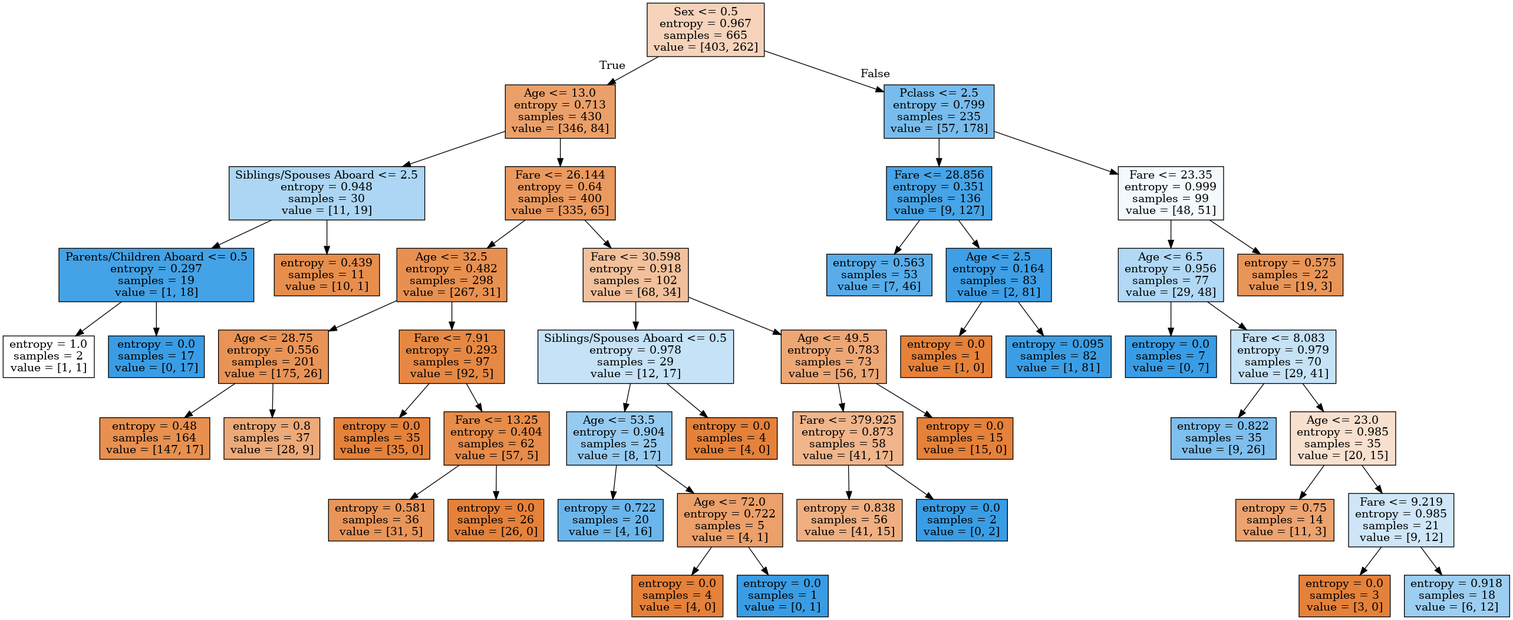
sugiyamath/self_kaggling keeps this Graphviz diagram as datanerd.hateblo.jp/2020/04/30/tree/model2.png. Above is the earlier version. Its source is kept beside it as datanerd.hateblo.jp/2020/04/30/tree/model2.dot.
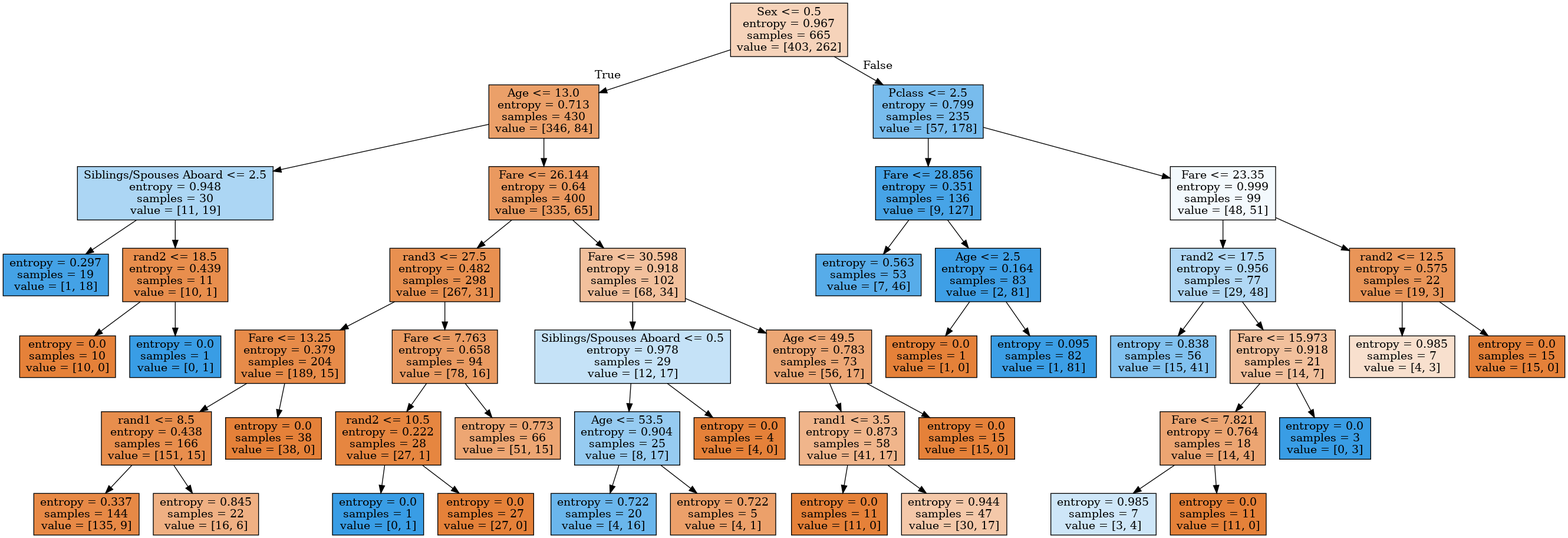
The same diagram one commit later.

Commit message:
add bad model

The edit, as a diff of the source:
```diff
@@ -5,92 +5,92 @@
 0 -> 1 [labeldistance=2.5, labelangle=45, headlabel="True"] ;
 5 [label="Siblings/Spouses Aboard <= 2.5\nentropy = 0.948\nsamples = 30\nvalue = [11, 19]", fillcolor="#acd6f4"] ;
 1 -> 5 ;
-9 [label="Parents/Children Aboard <= 0.5\nentropy = 0.297\nsamples = 19\nvalue = [1, 18]", fillcolor="#44a2e6"] ;
+9 [label="entropy = 0.297\nsamples = 19\nvalue = [1, 18]", fillcolor="#44a2e6"] ;
 5 -> 9 ;
-31 [label="entropy = 1.0\nsamples = 2\nvalue = [1, 1]", fillcolor="#ffffff"] ;
-9 -> 31 ;
-32 [label="entropy = 0.0\nsamples = 17\nvalue = [0, 17]", fillcolor="#399de5"] ;
-9 -> 32 ;
-10 [label="entropy = 0.439\nsamples = 11\nvalue = [10, 1]", fillcolor="#e88e4d"] ;
+10 [label="rand2 <= 18.5\nentropy = 0.439\nsamples = 11\nvalue = [10, 1]", fillcolor="#e88e4d"] ;
 5 -> 10 ;
+29 [label="entropy = 0.0\nsamples = 10\nvalue = [10, 0]", fillcolor="#e58139"] ;
+10 -> 29 ;
+30 [label="entropy = 0.0\nsamples = 1\nvalue = [0, 1]", fillcolor="#399de5"] ;
+10 -> 30 ;
 6 [label="Fare <= 26.144\nentropy = 0.64\nsamples = 400\nvalue = [335, 65]", fillcolor="#ea995f"] ;
 1 -> 6 ;
-7 [label="Age <= 32.5\nentropy = 0.482\nsamples = 298\nvalue = [267, 31]", fillcolor="#e89050"] ;
+7 [label="rand3 <= 27.5\nentropy = 0.482\nsamples = 298\nvalue = [267, 31]", fillcolor="#e89050"] ;
 6 -> 7 ;
-35 [label="Age <= 28.75\nentropy = 0.556\nsamples = 201\nvalue = [175, 26]", fillcolor="#e99456"] ;
-7 -> 35 ;
-45 [label="entropy = 0.48\nsamples = 164\nvalue = [147, 17]", fillcolor="#e89050"] ;
-35 -> 45 ;
-46 [label="entropy = 0.8\nsamples = 37\nvalue = [28, 9]", fillcolor="#edaa79"] ;
-35 -> 46 ;
-36 [label="Fare <= 7.91\nentropy = 0.293\nsamples = 97\nvalue = [92, 5]", fillcolor="#e68844"] ;
-7 -> 36 ;
-37 [label="entropy = 0.0\nsamples = 35\nvalue = [35, 0]", fillcolor="#e58139"] ;
-36 -> 37 ;
-38 [label="Fare <= 13.25\nentropy = 0.404\nsamples = 62\nvalue = [57, 5]", fillcolor="#e78c4a"] ;
-36 -> 38 ;
-39 [label="entropy = 0.581\nsamples = 36\nvalue = [31, 5]", fillcolor="#e99559"] ;
-38 -> 39 ;
-40 [label="entropy = 0.0\nsamples = 26\nvalue = [26, 0]", fillcolor="#e58139"] ;
-38 -> 40 ;
+37 [label="Fare <= 13.25\nentropy = 0.379\nsamples = 204\nvalue = [189, 15]", fillcolor="#e78b49"] ;
+7 -> 37 ;
+39 [label="rand1 <= 8.5\nentropy = 0.438\nsamples = 166\nvalue = [151, 15]", fillcolor="#e88e4d"] ;
+37 -> 39 ;
+41 [label="entropy = 0.337\nsamples = 144\nvalue = [135, 9]", fillcolor="#e78946"] ;
+39 -> 41 ;
+42 [label="entropy = 0.845\nsamples = 22\nvalue = [16, 6]", fillcolor="#efb083"] ;
+39 -> 42 ;
+40 [label="entropy = 0.0\nsamples = 38\nvalue = [38, 0]", fillcolor="#e58139"] ;
+37 -> 40 ;
+38 [label="Fare <= 7.763\nentropy = 0.658\nsamples = 94\nvalue = [78, 16]", fillcolor="#ea9b62"] ;
+7 -> 38 ;
+43 [label="rand2 <= 10.5\nentropy = 0.222\nsamples = 28\nvalue = [27, 1]", fillcolor="#e68640"] ;
+38 -> 43 ;
+45 [label="entropy = 0.0\nsamples = 1\nvalue = [0, 1]", fillcolor="#399de5"] ;
+43 -> 45 ;
+46 [label="entropy = 0.0\nsamples = 27\nvalue = [27, 0]", fillcolor="#e58139"] ;
+43 -> 46 ;
+44 [label="entropy = 0.773\nsamples = 66\nvalue = [51, 15]", fillcolor="#eda673"] ;
+38 -> 44 ;
 8 [label="Fare <= 30.598\nentropy = 0.918\nsamples = 102\nvalue = [68, 34]", fillcolor="#f2c09c"] ;
 6 -> 8 ;
 13 [label="Siblings/Spouses Aboard <= 0.5\nentropy = 0.978\nsamples = 29\nvalue = [12, 17]", fillcolor="#c5e2f7"] ;
 8 -> 13 ;
-17 [label="Age <= 53.5\nentropy = 0.904\nsamples = 25\nvalue = [8, 17]", fillcolor="#96cbf1"] ;
-13 -> 17 ;
-23 [label="entropy = 0.722\nsamples = 20\nvalue = [4, 16]", fillcolor="#6ab6ec"] ;
-17 -> 23 ;
-24 [label="Age <= 72.0\nentropy = 0.722\nsamples = 5\nvalue = [4, 1]", fillcolor="#eca06a"] ;
-17 -> 24 ;
-33 [label="entropy = 0.0\nsamples = 4\nvalue = [4, 0]", fillcolor="#e58139"] ;
-24 -> 33 ;
-34 [label="entropy = 0.0\nsamples = 1\nvalue = [0, 1]", fillcolor="#399de5"] ;
-24 -> 34 ;
-18 [label="entropy = 0.0\nsamples = 4\nvalue = [4, 0]", fillcolor="#e58139"] ;
-13 -> 18 ;
+21 [label="Age <= 53.5\nentropy = 0.904\nsamples = 25\nvalue = [8, 17]", fillcolor="#96cbf1"] ;
+13 -> 21 ;
+31 [label="entropy = 0.722\nsamples = 20\nvalue = [4, 16]", fillcolor="#6ab6ec"] ;
+21 -> 31 ;
+32 [label="entropy = 0.722\nsamples = 5\nvalue = [4, 1]", fillcolor="#eca06a"] ;
+21 -> 32 ;
+22 [label="entropy = 0.0\nsamples = 4\nvalue = [4, 0]", fillcolor="#e58139"] ;
+13 -> 22 ;
 14 [label="Age <= 49.5\nentropy = 0.783\nsamples = 73\nvalue = [56, 17]", fillcolor="#eda775"] ;
 8 -> 14 ;
-15 [label="Fare <= 379.925\nentropy = 0.873\nsamples = 58\nvalue = [41, 17]", fillcolor="#f0b58b"] ;
-14 -> 15 ;
-29 [label="entropy = 0.838\nsamples = 56\nvalue = [41, 15]", fillcolor="#efaf81"] ;
-15 -> 29 ;
-30 [label="entropy = 0.0\nsamples = 2\nvalue = [0, 2]", fillcolor="#399de5"] ;
-15 -> 30 ;
-16 [label="entropy = 0.0\nsamples = 15\nvalue = [15, 0]", fillcolor="#e58139"] ;
-14 -> 16 ;
+17 [label="rand1 <= 3.5\nentropy = 0.873\nsamples = 58\nvalue = [41, 17]", fillcolor="#f0b58b"] ;
+14 -> 17 ;
+19 [label="entropy = 0.0\nsamples = 11\nvalue = [11, 0]", fillcolor="#e58139"] ;
+17 -> 19 ;
+20 [label="entropy = 0.944\nsamples = 47\nvalue = [30, 17]", fillcolor="#f4c8a9"] ;
+17 -> 20 ;
+18 [label="entropy = 0.0\nsamples = 15\nvalue = [15, 0]", fillcolor="#e58139"] ;
+14 -> 18 ;
 2 [label="Pclass <= 2.5\nentropy = 0.799\nsamples = 235\nvalue = [57, 178]", fillcolor="#78bced"] ;
 0 -> 2 [labeldistance=2.5, labelangle=-45, headlabel="False"] ;
 3 [label="Fare <= 28.856\nentropy = 0.351\nsamples = 136\nvalue = [9, 127]", fillcolor="#47a4e7"] ;
 2 -> 3 ;
-25 [label="entropy = 0.563\nsamples = 53\nvalue = [7, 46]", fillcolor="#57ace9"] ;
-3 -> 25 ;
-26 [label="Age <= 2.5\nentropy = 0.164\nsamples = 83\nvalue = [2, 81]", fillcolor="#3e9fe6"] ;
-3 -> 26 ;
-27 [label="entropy = 0.0\nsamples = 1\nvalue = [1, 0]", fillcolor="#e58139"] ;
-26 -> 27 ;
-28 [label="entropy = 0.095\nsamples = 82\nvalue = [1, 81]", fillcolor="#3b9ee5"] ;
-26 -> 28 ;
+33 [label="entropy = 0.563\nsamples = 53\nvalue = [7, 46]", fillcolor="#57ace9"] ;
+3 -> 33 ;
+34 [label="Age <= 2.5\nentropy = 0.164\nsamples = 83\nvalue = [2, 81]", fillcolor="#3e9fe6"] ;
+3 -> 34 ;
+35 [label="entropy = 0.0\nsamples = 1\nvalue = [1, 0]", fillcolor="#e58139"] ;
+34 -> 35 ;
+36 [label="entropy = 0.095\nsamples = 82\nvalue = [1, 81]", fillcolor="#3b9ee5"] ;
+34 -> 36 ;
 4 [label="Fare <= 23.35\nentropy = 0.999\nsamples = 99\nvalue = [48, 51]", fillcolor="#f3f9fd"] ;
 2 -> 4 ;
-11 [label="Age <= 6.5\nentropy = 0.956\nsamples = 77\nvalue = [29, 48]", fillcolor="#b1d8f5"] ;
+11 [label="rand2 <= 17.5\nentropy = 0.956\nsamples = 77\nvalue = [29, 48]", fillcolor="#b1d8f5"] ;
 4 -> 11 ;
-19 [label="entropy = 0.0\nsamples = 7\nvalue = [0, 7]", fillcolor="#399de5"] ;
-11 -> 19 ;
-20 [label="Fare <= 8.083\nentropy = 0.979\nsamples = 70\nvalue = [29, 41]", fillcolor="#c5e2f7"] ;
-11 -> 20 ;
-21 [label="entropy = 0.822\nsamples = 35\nvalue = [9, 26]", fillcolor="#7ebfee"] ;
-20 -> 21 ;
-22 [label="Age <= 23.0\nentropy = 0.985\nsamples = 35\nvalue = [20, 15]", fillcolor="#f8e0ce"] ;
-20 -> 22 ;
-41 [label="entropy = 0.75\nsamples = 14\nvalue = [11, 3]", fillcolor="#eca36f"] ;
-22 -> 41 ;
-42 [label="Fare <= 9.219\nentropy = 0.985\nsamples = 21\nvalue = [9, 12]", fillcolor="#cee6f8"] ;
-22 -> 42 ;
-43 [label="entropy = 0.0\nsamples = 3\nvalue = [3, 0]", fillcolor="#e58139"] ;
-42 -> 43 ;
-44 [label="entropy = 0.918\nsamples = 18\nvalue = [6, 12]", fillcolor="#9ccef2"] ;
-42 -> 44 ;
-12 [label="entropy = 0.575\nsamples = 22\nvalue = [19, 3]", fillcolor="#e99558"] ;
+15 [label="entropy = 0.838\nsamples = 56\nvalue = [15, 41]", fillcolor="#81c1ef"] ;
+11 -> 15 ;
+16 [label="Fare <= 15.973\nentropy = 0.918\nsamples = 21\nvalue = [14, 7]", fillcolor="#f2c09c"] ;
+11 -> 16 ;
+25 [label="Fare <= 7.821\nentropy = 0.764\nsamples = 18\nvalue = [14, 4]", fillcolor="#eca572"] ;
+16 -> 25 ;
+27 [label="entropy = 0.985\nsamples = 7\nvalue = [3, 4]", fillcolor="#cee6f8"] ;
+25 -> 27 ;
+28 [label="entropy = 0.0\nsamples = 11\nvalue = [11, 0]", fillcolor="#e58139"] ;
+25 -> 28 ;
+26 [label="entropy = 0.0\nsamples = 3\nvalue = [0, 3]", fillcolor="#399de5"] ;
+16 -> 26 ;
+12 [label="rand2 <= 12.5\nentropy = 0.575\nsamples = 22\nvalue = [19, 3]", fillcolor="#e99558"] ;
 4 -> 12 ;
+23 [label="entropy = 0.985\nsamples = 7\nvalue = [4, 3]", fillcolor="#f8e0ce"] ;
+12 -> 23 ;
+24 [label="entropy = 0.0\nsamples = 15\nvalue = [15, 0]", fillcolor="#e58139"] ;
+12 -> 24 ;
 }
```
